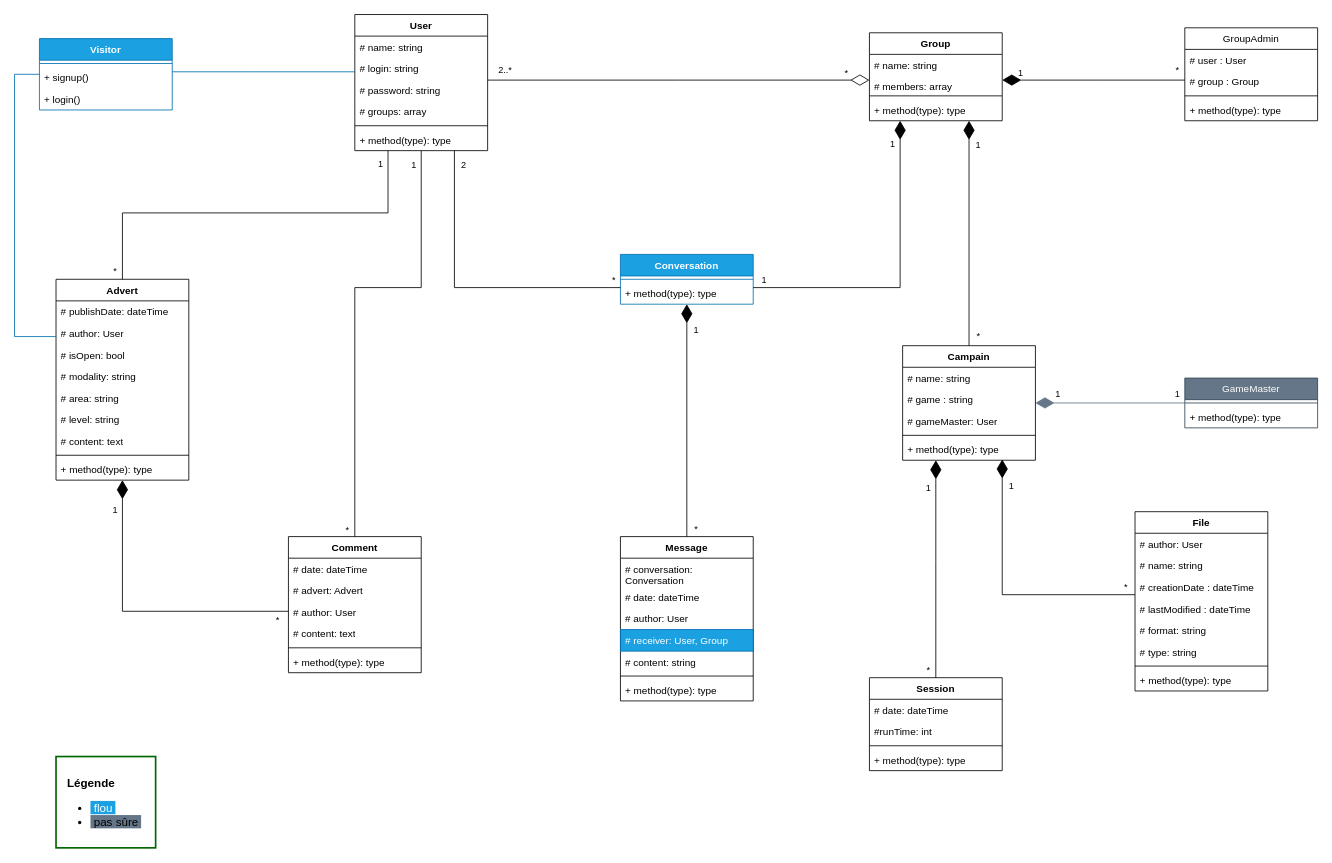
Before: page "UML" (3 of 4) of Documentation/Diagrames.drawio in ThreeLeggedDuckling/I3WAD_SymfonyProject, a draw.io diagram. Source tidied: cells renumbered, new cells numbered last; positions are measured from the earlier drawing's top-left corner, leaving out a move shared by most shapes. Both pictures are drawn from the tidied source at 83%, with x=0, y=0 at pixel (14, 14).
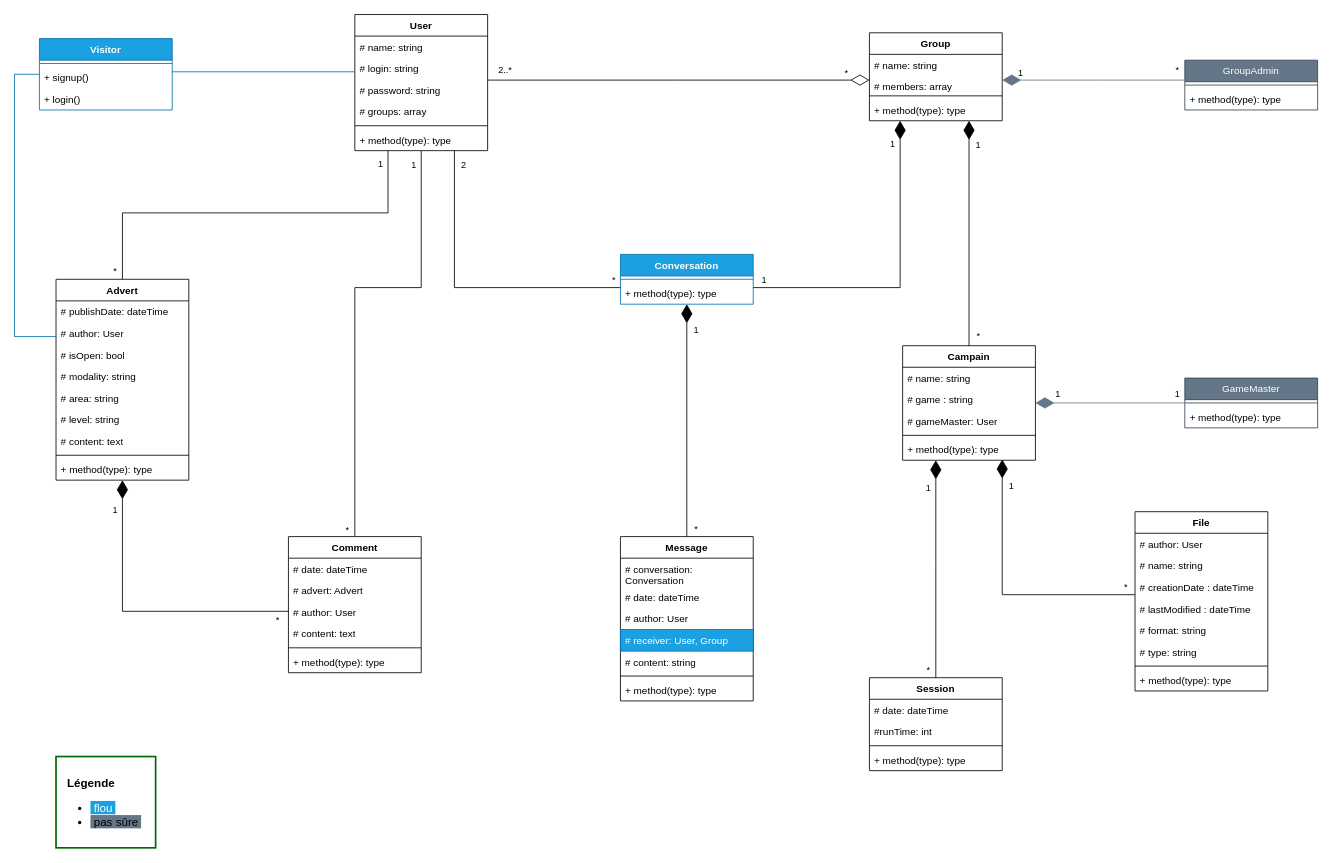
The same page after the edit.

The change refers to these unchanged cells:
```xml
<mxCell id="13" value="Group" style="swimlane;fontStyle=1;align=center;verticalAlign=top;horizontal=1;startSize=26;whiteSpace=wrap;html=1;" parent="1" vertex="1">
  <mxGeometry x="1030" y="22" width="160" height="106" as="geometry" />
</mxCell>
```

Change to the diagram source:
```diff
@@
-    <mxCell id="51" value="GroupAdmin" style="swimlane;fontStyle=0;horizontal=1;startSize=26;fillColor=none;whiteSpace=wrap;html=1;" parent="1" vertex="1">
-      <mxGeometry x="1410" y="16" width="160" height="112" as="geometry" />
+    <mxCell id="51" value="GroupAdmin" style="swimlane;fontStyle=0;horizontal=1;startSize=26;fillColor=#647687;whiteSpace=wrap;html=1;fontColor=#ffffff;strokeColor=#314354;" parent="1" vertex="1">
+      <mxGeometry x="1410" y="55" width="160" height="60" as="geometry" />
     </mxCell>
-    <mxCell id="52" value="# user : User" style="text;strokeColor=none;fillColor=none;align=left;verticalAlign=top;spacingLeft=4;spacingRight=4;overflow=hidden;whiteSpace=wrap;html=1;" parent="51" vertex="1">
-      <mxGeometry y="26" width="160" height="26" as="geometry" />
-    </mxCell>
-    <mxCell id="53" value="# group : Group" style="text;strokeColor=none;fillColor=none;align=left;verticalAlign=top;spacingLeft=4;spacingRight=4;overflow=hidden;whiteSpace=wrap;html=1;" parent="51" vertex="1">
-      <mxGeometry y="52" width="160" height="26" as="geometry" />
-    </mxCell>
     <mxCell id="54" style="line;strokeWidth=1;fillColor=none;align=left;verticalAlign=middle;spacingTop=-1;spacingLeft=3;spacingRight=3;labelPosition=right;strokeColor=inherit;" parent="51" vertex="1">
-      <mxGeometry y="78" width="160" height="8" as="geometry" />
+      <mxGeometry y="26" width="160" height="8" as="geometry" />
     </mxCell>
     <mxCell id="55" value="+ method(type): type" style="text;strokeColor=none;fillColor=none;align=left;verticalAlign=top;spacingLeft=4;spacingRight=4;overflow=hidden;whiteSpace=wrap;html=1;" parent="51" vertex="1">
-      <mxGeometry y="86" width="160" height="26" as="geometry" />
+      <mxGeometry y="34" width="160" height="26" as="geometry" />
     </mxCell>
@@
-    <mxCell id="82" style="endArrow=none;html=1;rounded=0;edgeStyle=orthogonalEdgeStyle;startArrow=diamondThin;startFill=1;startSize=20;" parent="1" edge="1" source="13" target="51">
+    <mxCell id="82" style="endArrow=none;html=1;rounded=0;edgeStyle=orthogonalEdgeStyle;startArrow=diamondThin;startFill=1;startSize=20;fillColor=#647687;strokeColor=#647687;" parent="1" edge="1" source="13" target="51">
       <mxGeometry relative="1" as="geometry">
         <Array as="points">
           <mxPoint x="1310" y="79" />
           <mxPoint x="1310" y="79" />
         </Array>
       </mxGeometry>
     </mxCell>
```
